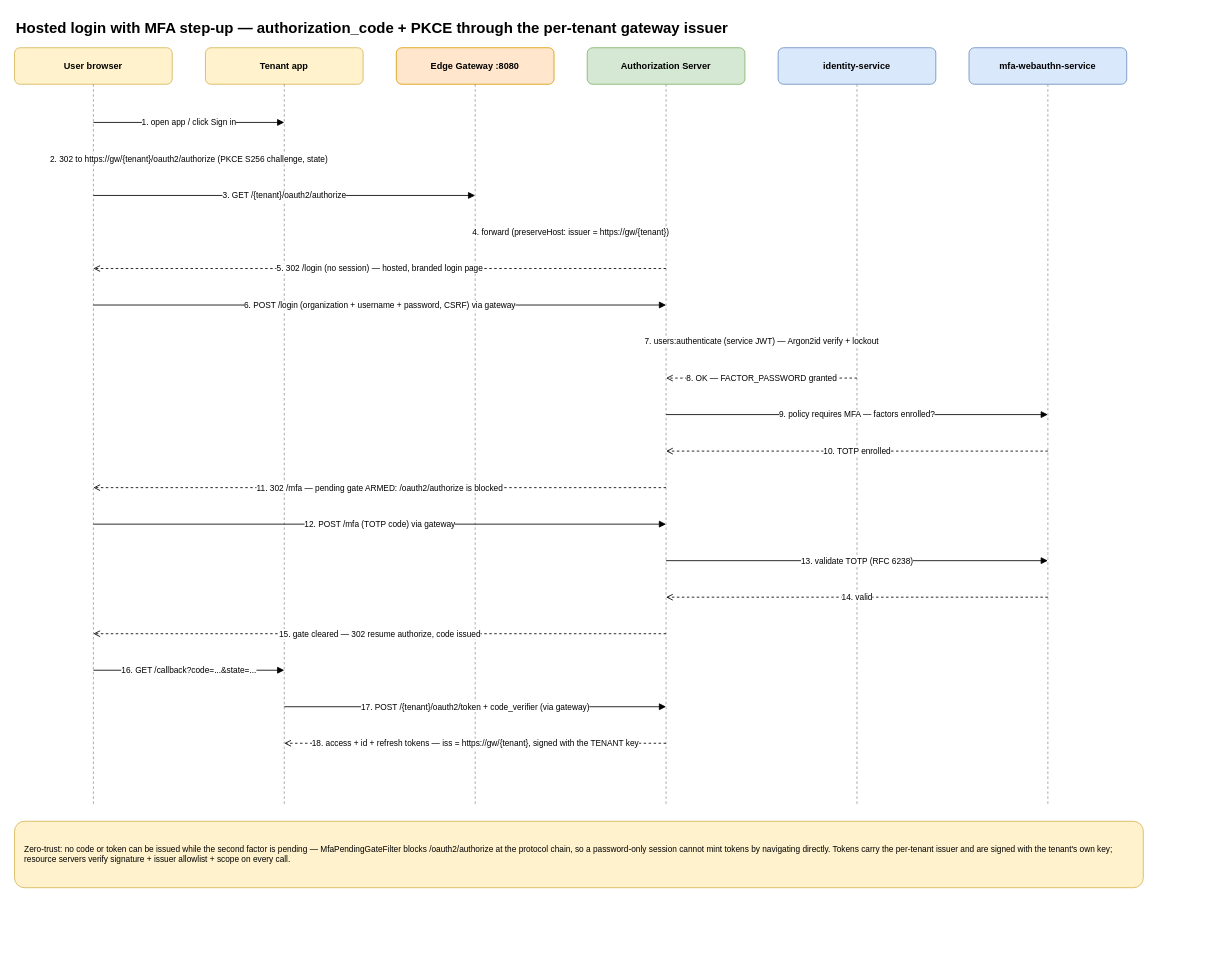
AegisIdentity/aegis-platform-docs keeps this draw.io diagram as architecture/diagrams/seq-hosted-login-mfa.drawio. Above is the earlier version. Source tidied: cells renumbered, new cells numbered last; positions are measured from the earlier drawing's top-left corner, leaving out a move shared by most shapes. Both pictures are drawn from the tidied source at 83%, with x=0, y=0 at pixel (14, 14).
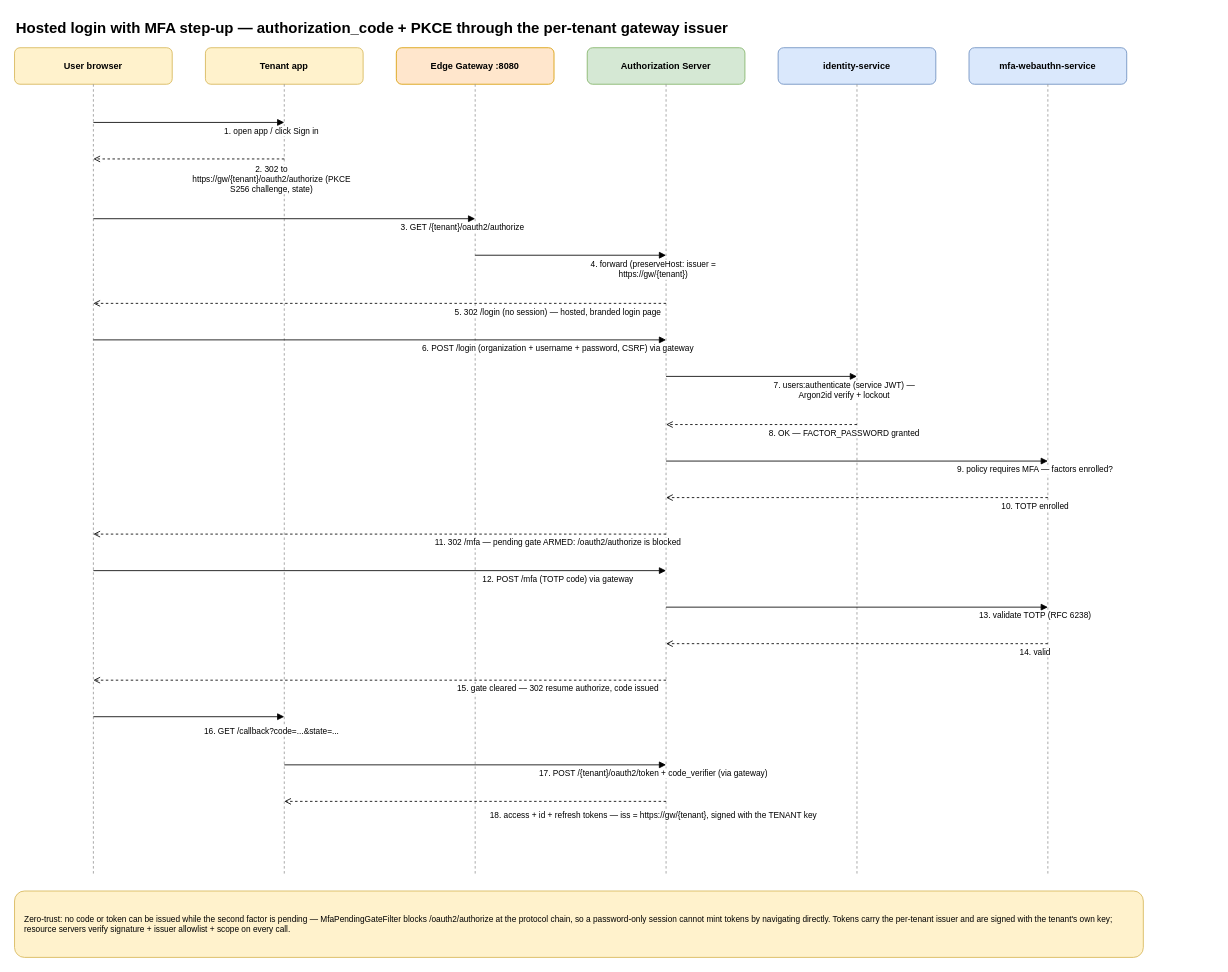
The same diagram, later.

The edit, as a diff of the source:
```diff
@@
     <mxCell id="4" style="endArrow=none;dashed=1;html=1;strokeColor=#999999;" parent="1" edge="1">
       <mxGeometry relative="1" as="geometry">
         <mxPoint x="95" y="84" as="sourcePoint" />
-        <mxPoint x="95" y="952" as="targetPoint" />
+        <mxPoint x="95" y="1036" as="targetPoint" />
       </mxGeometry>
     </mxCell>
@@
     <mxCell id="6" style="endArrow=none;dashed=1;html=1;strokeColor=#999999;" parent="1" edge="1">
       <mxGeometry relative="1" as="geometry">
         <mxPoint x="325" y="84" as="sourcePoint" />
-        <mxPoint x="325" y="952" as="targetPoint" />
+        <mxPoint x="325" y="1036" as="targetPoint" />
       </mxGeometry>
     </mxCell>
@@
     <mxCell id="8" style="endArrow=none;dashed=1;html=1;strokeColor=#999999;" parent="1" edge="1">
       <mxGeometry relative="1" as="geometry">
         <mxPoint x="555" y="84" as="sourcePoint" />
-        <mxPoint x="555" y="952" as="targetPoint" />
+        <mxPoint x="555" y="1036" as="targetPoint" />
       </mxGeometry>
     </mxCell>
@@
     <mxCell id="10" style="endArrow=none;dashed=1;html=1;strokeColor=#999999;" parent="1" edge="1">
       <mxGeometry relative="1" as="geometry">
         <mxPoint x="785" y="84" as="sourcePoint" />
-        <mxPoint x="785" y="952" as="targetPoint" />
+        <mxPoint x="785" y="1036" as="targetPoint" />
       </mxGeometry>
     </mxCell>
@@
     <mxCell id="12" style="endArrow=none;dashed=1;html=1;strokeColor=#999999;" parent="1" edge="1">
       <mxGeometry relative="1" as="geometry">
         <mxPoint x="1015" y="84" as="sourcePoint" />
-        <mxPoint x="1015" y="952" as="targetPoint" />
+        <mxPoint x="1015" y="1036" as="targetPoint" />
       </mxGeometry>
     </mxCell>
@@
     <mxCell id="14" style="endArrow=none;dashed=1;html=1;strokeColor=#999999;" parent="1" edge="1">
       <mxGeometry relative="1" as="geometry">
         <mxPoint x="1245" y="84" as="sourcePoint" />
-        <mxPoint x="1245" y="952" as="targetPoint" />
+        <mxPoint x="1245" y="1036" as="targetPoint" />
       </mxGeometry>
     </mxCell>
-    <mxCell id="15" value="1. open app / click Sign in" style="html=1;fontSize=10;endArrow=block;endFill=1;rounded=0;" parent="1" edge="1">
+    <mxCell id="15" style="html=1;fontSize=10;endArrow=block;endFill=1;rounded=0;" parent="1" edge="1">
       <mxGeometry relative="1" as="geometry">
         <mxPoint x="95" y="130" as="sourcePoint" />
         <mxPoint x="325" y="130" as="targetPoint" />
       </mxGeometry>
     </mxCell>
-    <mxCell id="16" value="2. 302 to https://gw/{tenant}/oauth2/authorize (PKCE S256 challenge, state)" style="html=1;fontSize=10;endArrow=open;dashed=1;rounded=0;" parent="1" edge="1">
-      <mxGeometry relative="1" as="geometry">
-        <mxPoint x="325" y="174" as="sourcePoint" />
-        <mxPoint x="95" y="174" as="targetPoint" />
-      </mxGeometry>
+    <mxCell id="16" value="1. open app / click Sign in" style="edgeLabel;html=1;align=center;verticalAlign=middle;whiteSpace=wrap;labelBackgroundColor=#FFFFFF;fontSize=10;" parent="15" vertex="1">
+      <mxGeometry width="200" height="20" relative="1" as="geometry" />
     </mxCell>
-    <mxCell id="17" value="3. GET /{tenant}/oauth2/authorize" style="html=1;fontSize=10;endArrow=block;endFill=1;rounded=0;" parent="1" edge="1">
+    <mxCell id="17" style="html=1;fontSize=10;endArrow=open;dashed=1;rounded=0;" parent="1" edge="1">
       <mxGeometry relative="1" as="geometry">
-        <mxPoint x="95" y="218" as="sourcePoint" />
-        <mxPoint x="555" y="218" as="targetPoint" />
+        <mxPoint x="325" y="174" as="sourcePoint" />
+        <mxPoint x="95" y="174" as="targetPoint" />
       </mxGeometry>
     </mxCell>
-    <mxCell id="18" value="4. forward (preserveHost: issuer = https://gw/{tenant})" style="html=1;fontSize=10;endArrow=block;endFill=1;rounded=0;" parent="1" edge="1">
-      <mxGeometry relative="1" as="geometry">
-        <mxPoint x="555" y="262" as="sourcePoint" />
-        <mxPoint x="785" y="262" as="targetPoint" />
-      </mxGeometry>
+    <mxCell id="18" value="2. 302 to https://gw/{tenant}/oauth2/authorize (PKCE S256 challenge, state)" style="edgeLabel;html=1;align=center;verticalAlign=middle;whiteSpace=wrap;labelBackgroundColor=#FFFFFF;fontSize=10;" parent="17" vertex="1">
+      <mxGeometry width="200" height="48" relative="1" as="geometry" />
     </mxCell>
-    <mxCell id="19" value="5. 302 /login (no session) — hosted, branded login page" style="html=1;fontSize=10;endArrow=open;dashed=1;rounded=0;" parent="1" edge="1">
+    <mxCell id="19" style="html=1;fontSize=10;endArrow=block;endFill=1;rounded=0;" parent="1" edge="1">
       <mxGeometry relative="1" as="geometry">
-        <mxPoint x="785" y="306" as="sourcePoint" />
-        <mxPoint x="95" y="306" as="targetPoint" />
+        <mxPoint x="95" y="246" as="sourcePoint" />
+        <mxPoint x="555" y="246" as="targetPoint" />
       </mxGeometry>
     </mxCell>
-    <mxCell id="20" value="6. POST /login (organization + username + password, CSRF) via gateway" style="html=1;fontSize=10;endArrow=block;endFill=1;rounded=0;" parent="1" edge="1">
-      <mxGeometry relative="1" as="geometry">
-        <mxPoint x="95" y="350" as="sourcePoint" />
-        <mxPoint x="785" y="350" as="targetPoint" />
-      </mxGeometry>
+    <mxCell id="20" value="3. GET /{tenant}/oauth2/authorize" style="edgeLabel;html=1;align=center;verticalAlign=middle;whiteSpace=wrap;labelBackgroundColor=#FFFFFF;fontSize=10;" parent="19" vertex="1">
+      <mxGeometry width="430" height="20" relative="1" as="geometry" />
     </mxCell>
-    <mxCell id="21" value="7. users:authenticate (service JWT) — Argon2id verify + lockout" style="html=1;fontSize=10;endArrow=block;endFill=1;rounded=0;" parent="1" edge="1">
+    <mxCell id="21" style="html=1;fontSize=10;endArrow=block;endFill=1;rounded=0;" parent="1" edge="1">
       <mxGeometry relative="1" as="geometry">
-        <mxPoint x="785" y="394" as="sourcePoint" />
-        <mxPoint x="1015" y="394" as="targetPoint" />
+        <mxPoint x="555" y="290" as="sourcePoint" />
+        <mxPoint x="785" y="290" as="targetPoint" />
       </mxGeometry>
     </mxCell>
-    <mxCell id="22" value="8. OK — FACTOR_PASSWORD granted" style="html=1;fontSize=10;endArrow=open;dashed=1;rounded=0;" parent="1" edge="1">
-      <mxGeometry relative="1" as="geometry">
-        <mxPoint x="1015" y="438" as="sourcePoint" />
-        <mxPoint x="785" y="438" as="targetPoint" />
-      </mxGeometry>
+    <mxCell id="22" value="4. forward (preserveHost: issuer = https://gw/{tenant})" style="edgeLabel;html=1;align=center;verticalAlign=middle;whiteSpace=wrap;labelBackgroundColor=#FFFFFF;fontSize=10;" parent="21" vertex="1">
+      <mxGeometry width="200" height="34" relative="1" as="geometry" />
     </mxCell>
-    <mxCell id="23" value="9. policy requires MFA — factors enrolled?" style="html=1;fontSize=10;endArrow=block;endFill=1;rounded=0;" parent="1" edge="1">
+    <mxCell id="23" style="html=1;fontSize=10;endArrow=open;dashed=1;rounded=0;" parent="1" edge="1">
       <mxGeometry relative="1" as="geometry">
-        <mxPoint x="785" y="482" as="sourcePoint" />
-        <mxPoint x="1245" y="482" as="targetPoint" />
+        <mxPoint x="785" y="348" as="sourcePoint" />
+        <mxPoint x="95" y="348" as="targetPoint" />
       </mxGeometry>
     </mxCell>
-    <mxCell id="24" value="10. TOTP enrolled" style="html=1;fontSize=10;endArrow=open;dashed=1;rounded=0;" parent="1" edge="1">
-      <mxGeometry relative="1" as="geometry">
-        <mxPoint x="1245" y="526" as="sourcePoint" />
-        <mxPoint x="785" y="526" as="targetPoint" />
-      </mxGeometry>
+    <mxCell id="24" value="5. 302 /login (no session) — hosted, branded login page" style="edgeLabel;html=1;align=center;verticalAlign=middle;whiteSpace=wrap;labelBackgroundColor=#FFFFFF;fontSize=10;" parent="23" vertex="1">
+      <mxGeometry width="430" height="20" relative="1" as="geometry" />
     </mxCell>
-    <mxCell id="25" value="11. 302 /mfa — pending gate ARMED: /oauth2/authorize is blocked" style="html=1;fontSize=10;endArrow=open;dashed=1;rounded=0;" parent="1" edge="1">
+    <mxCell id="25" style="html=1;fontSize=10;endArrow=block;endFill=1;rounded=0;" parent="1" edge="1">
       <mxGeometry relative="1" as="geometry">
-        <mxPoint x="785" y="570" as="sourcePoint" />
-        <mxPoint x="95" y="570" as="targetPoint" />
+        <mxPoint x="95" y="392" as="sourcePoint" />
+        <mxPoint x="785" y="392" as="targetPoint" />
       </mxGeometry>
     </mxCell>
-    <mxCell id="26" value="12. POST /mfa (TOTP code) via gateway" style="html=1;fontSize=10;endArrow=block;endFill=1;rounded=0;" parent="1" edge="1">
-      <mxGeometry relative="1" as="geometry">
-        <mxPoint x="95" y="614" as="sourcePoint" />
-        <mxPoint x="785" y="614" as="targetPoint" />
-      </mxGeometry>
+    <mxCell id="26" value="6. POST /login (organization + username + password, CSRF) via gateway" style="edgeLabel;html=1;align=center;verticalAlign=middle;whiteSpace=wrap;labelBackgroundColor=#FFFFFF;fontSize=10;" parent="25" vertex="1">
+      <mxGeometry width="430" height="20" relative="1" as="geometry" />
     </mxCell>
-    <mxCell id="27" value="13. validate TOTP (RFC 6238)" style="html=1;fontSize=10;endArrow=block;endFill=1;rounded=0;" parent="1" edge="1">
+    <mxCell id="27" style="html=1;fontSize=10;endArrow=block;endFill=1;rounded=0;" parent="1" edge="1">
       <mxGeometry relative="1" as="geometry">
-        <mxPoint x="785" y="658" as="sourcePoint" />
-        <mxPoint x="1245" y="658" as="targetPoint" />
+        <mxPoint x="785" y="436" as="sourcePoint" />
+        <mxPoint x="1015" y="436" as="targetPoint" />
       </mxGeometry>
     </mxCell>
-    <mxCell id="28" value="14. valid" style="html=1;fontSize=10;endArrow=open;dashed=1;rounded=0;" parent="1" edge="1">
-      <mxGeometry relative="1" as="geometry">
-        <mxPoint x="1245" y="702" as="sourcePoint" />
-        <mxPoint x="785" y="702" as="targetPoint" />
-      </mxGeometry>
+    <mxCell id="28" value="7. users:authenticate (service JWT) — Argon2id verify + lockout" style="edgeLabel;html=1;align=center;verticalAlign=middle;whiteSpace=wrap;labelBackgroundColor=#FFFFFF;fontSize=10;" parent="27" vertex="1">
+      <mxGeometry width="200" height="34" relative="1" as="geometry" />
     </mxCell>
-    <mxCell id="29" value="15. gate cleared — 302 resume authorize, code issued" style="html=1;fontSize=10;endArrow=open;dashed=1;rounded=0;" parent="1" edge="1">
+    <mxCell id="29" style="html=1;fontSize=10;endArrow=open;dashed=1;rounded=0;" parent="1" edge="1">
       <mxGeometry relative="1" as="geometry">
-        <mxPoint x="785" y="746" as="sourcePoint" />
-        <mxPoint x="95" y="746" as="targetPoint" />
+        <mxPoint x="1015" y="494" as="sourcePoint" />
+        <mxPoint x="785" y="494" as="targetPoint" />
       </mxGeometry>
     </mxCell>
-    <mxCell id="30" value="16. GET /callback?code=...&amp;state=..." style="html=1;fontSize=10;endArrow=block;endFill=1;rounded=0;" parent="1" edge="1">
-      <mxGeometry relative="1" as="geometry">
-        <mxPoint x="95" y="790" as="sourcePoint" />
-        <mxPoint x="325" y="790" as="targetPoint" />
-      </mxGeometry>
+    <mxCell id="30" value="8. OK — FACTOR_PASSWORD granted" style="edgeLabel;html=1;align=center;verticalAlign=middle;whiteSpace=wrap;labelBackgroundColor=#FFFFFF;fontSize=10;" parent="29" vertex="1">
+      <mxGeometry width="200" height="20" relative="1" as="geometry" />
     </mxCell>
-    <mxCell id="31" value="17. POST /{tenant}/oauth2/token + code_verifier (via gateway)" style="html=1;fontSize=10;endArrow=block;endFill=1;rounded=0;" parent="1" edge="1">
+    <mxCell id="31" style="html=1;fontSize=10;endArrow=block;endFill=1;rounded=0;" parent="1" edge="1">
       <mxGeometry relative="1" as="geometry">
-        <mxPoint x="325" y="834" as="sourcePoint" />
-        <mxPoint x="785" y="834" as="targetPoint" />
+        <mxPoint x="785" y="538" as="sourcePoint" />
+        <mxPoint x="1245" y="538" as="targetPoint" />
       </mxGeometry>
     </mxCell>
-    <mxCell id="32" value="18. access + id + refresh tokens — iss = https://gw/{tenant}, signed with the TENANT key" style="html=1;fontSize=10;endArrow=open;dashed=1;rounded=0;" parent="1" edge="1">
-      <mxGeometry relative="1" as="geometry">
-        <mxPoint x="785" y="878" as="sourcePoint" />
-        <mxPoint x="325" y="878" as="targetPoint" />
-      </mxGeometry>
+    <mxCell id="32" value="9. policy requires MFA — factors enrolled?" style="edgeLabel;html=1;align=center;verticalAlign=middle;whiteSpace=wrap;labelBackgroundColor=#FFFFFF;fontSize=10;" parent="31" vertex="1">
+      <mxGeometry width="430" height="20" relative="1" as="geometry" />
     </mxCell>
-    <mxCell id="33" value="Zero-trust: no code or token can be issued while the second factor is pending — MfaPendingGateFilter blocks /oauth2/authorize at the protocol chain, so a password-only session cannot mint tokens by navigating directly. Tokens carry the per-tenant issuer and are signed with the tenant's own key; resource servers verify signature + issuer allowlist + scope on every call." style="rounded=1;whiteSpace=wrap;html=1;fontSize=10;align=left;spacingLeft=8;spacing=4;fillColor=#FFF2CC;strokeColor=#D6B656;" parent="1" vertex="1">
-      <mxGeometry y="972" width="1360" height="80" as="geometry" />
+    <mxCell id="33" style="html=1;fontSize=10;endArrow=open;dashed=1;rounded=0;" parent="1" edge="1">
+      <mxGeometry relative="1" as="geometry">
+        <mxPoint x="1245" y="582" as="sourcePoint" />
+        <mxPoint x="785" y="582" as="targetPoint" />
+      </mxGeometry>
     </mxCell>
+    <mxCell id="34" value="10. TOTP enrolled" style="edgeLabel;html=1;align=center;verticalAlign=middle;whiteSpace=wrap;labelBackgroundColor=#FFFFFF;fontSize=10;" parent="33" vertex="1">
+      <mxGeometry width="430" height="20" relative="1" as="geometry" />
+    </mxCell>
+    <mxCell id="35" style="html=1;fontSize=10;endArrow=open;dashed=1;rounded=0;" parent="1" edge="1">
+      <mxGeometry relative="1" as="geometry">
+        <mxPoint x="785" y="626" as="sourcePoint" />
+        <mxPoint x="95" y="626" as="targetPoint" />
+      </mxGeometry>
+    </mxCell>
+    <mxCell id="36" value="11. 302 /mfa — pending gate ARMED: /oauth2/authorize is blocked" style="edgeLabel;html=1;align=center;verticalAlign=middle;whiteSpace=wrap;labelBackgroundColor=#FFFFFF;fontSize=10;" parent="35" vertex="1">
+      <mxGeometry width="430" height="20" relative="1" as="geometry" />
+    </mxCell>
+    <mxCell id="37" style="html=1;fontSize=10;endArrow=block;endFill=1;rounded=0;" parent="1" edge="1">
+      <mxGeometry relative="1" as="geometry">
+        <mxPoint x="95" y="670" as="sourcePoint" />
+        <mxPoint x="785" y="670" as="targetPoint" />
+      </mxGeometry>
+    </mxCell>
+    <mxCell id="38" value="12. POST /mfa (TOTP code) via gateway" style="edgeLabel;html=1;align=center;verticalAlign=middle;whiteSpace=wrap;labelBackgroundColor=#FFFFFF;fontSize=10;" parent="37" vertex="1">
+      <mxGeometry width="430" height="20" relative="1" as="geometry" />
+    </mxCell>
+    <mxCell id="39" style="html=1;fontSize=10;endArrow=block;endFill=1;rounded=0;" parent="1" edge="1">
+      <mxGeometry relative="1" as="geometry">
+        <mxPoint x="785" y="714" as="sourcePoint" />
+        <mxPoint x="1245" y="714" as="targetPoint" />
+      </mxGeometry>
+    </mxCell>
+    <mxCell id="40" value="13. validate TOTP (RFC 6238)" style="edgeLabel;html=1;align=center;verticalAlign=middle;whiteSpace=wrap;labelBackgroundColor=#FFFFFF;fontSize=10;" parent="39" vertex="1">
+      <mxGeometry width="430" height="20" relative="1" as="geometry" />
+    </mxCell>
+    <mxCell id="41" style="html=1;fontSize=10;endArrow=open;dashed=1;rounded=0;" parent="1" edge="1">
+      <mxGeometry relative="1" as="geometry">
+        <mxPoint x="1245" y="758" as="sourcePoint" />
+        <mxPoint x="785" y="758" as="targetPoint" />
+      </mxGeometry>
+    </mxCell>
+    <mxCell id="42" value="14. valid" style="edgeLabel;html=1;align=center;verticalAlign=middle;whiteSpace=wrap;labelBackgroundColor=#FFFFFF;fontSize=10;" parent="41" vertex="1">
+      <mxGeometry width="430" height="20" relative="1" as="geometry" />
+    </mxCell>
+    <mxCell id="43" style="html=1;fontSize=10;endArrow=open;dashed=1;rounded=0;" parent="1" edge="1">
+      <mxGeometry relative="1" as="geometry">
+        <mxPoint x="785" y="802" as="sourcePoint" />
+        <mxPoint x="95" y="802" as="targetPoint" />
+      </mxGeometry>
+    </mxCell>
+    <mxCell id="44" value="15. gate cleared — 302 resume authorize, code issued" style="edgeLabel;html=1;align=center;verticalAlign=middle;whiteSpace=wrap;labelBackgroundColor=#FFFFFF;fontSize=10;" parent="43" vertex="1">
+      <mxGeometry width="430" height="20" relative="1" as="geometry" />
+    </mxCell>
+    <mxCell id="45" style="html=1;fontSize=10;endArrow=block;endFill=1;rounded=0;" parent="1" edge="1">
+      <mxGeometry relative="1" as="geometry">
+        <mxPoint x="95" y="846" as="sourcePoint" />
+        <mxPoint x="325" y="846" as="targetPoint" />
+      </mxGeometry>
+    </mxCell>
+    <mxCell id="46" value="16. GET /callback?code=...&amp;state=..." style="edgeLabel;html=1;align=center;verticalAlign=middle;whiteSpace=wrap;labelBackgroundColor=#FFFFFF;fontSize=10;" parent="45" vertex="1">
+      <mxGeometry width="200" height="34" relative="1" as="geometry" />
+    </mxCell>
+    <mxCell id="47" style="html=1;fontSize=10;endArrow=block;endFill=1;rounded=0;" parent="1" edge="1">
+      <mxGeometry relative="1" as="geometry">
+        <mxPoint x="325" y="904" as="sourcePoint" />
+        <mxPoint x="785" y="904" as="targetPoint" />
+      </mxGeometry>
+    </mxCell>
+    <mxCell id="48" value="17. POST /{tenant}/oauth2/token + code_verifier (via gateway)" style="edgeLabel;html=1;align=center;verticalAlign=middle;whiteSpace=wrap;labelBackgroundColor=#FFFFFF;fontSize=10;" parent="47" vertex="1">
+      <mxGeometry width="430" height="20" relative="1" as="geometry" />
+    </mxCell>
+    <mxCell id="49" style="html=1;fontSize=10;endArrow=open;dashed=1;rounded=0;" parent="1" edge="1">
+      <mxGeometry relative="1" as="geometry">
+        <mxPoint x="785" y="948" as="sourcePoint" />
+        <mxPoint x="325" y="948" as="targetPoint" />
+      </mxGeometry>
+    </mxCell>
+    <mxCell id="50" value="18. access + id + refresh tokens — iss = https://gw/{tenant}, signed with the TENANT key" style="edgeLabel;html=1;align=center;verticalAlign=middle;whiteSpace=wrap;labelBackgroundColor=#FFFFFF;fontSize=10;" parent="49" vertex="1">
+      <mxGeometry width="430" height="34" relative="1" as="geometry" />
+    </mxCell>
+    <mxCell id="51" value="Zero-trust: no code or token can be issued while the second factor is pending — MfaPendingGateFilter blocks /oauth2/authorize at the protocol chain, so a password-only session cannot mint tokens by navigating directly. Tokens carry the per-tenant issuer and are signed with the tenant's own key; resource servers verify signature + issuer allowlist + scope on every call." style="rounded=1;whiteSpace=wrap;html=1;fontSize=10;align=left;spacingLeft=8;spacing=4;fillColor=#FFF2CC;strokeColor=#D6B656;" parent="1" vertex="1">
+      <mxGeometry y="1056" width="1360" height="80" as="geometry" />
+    </mxCell>
```
